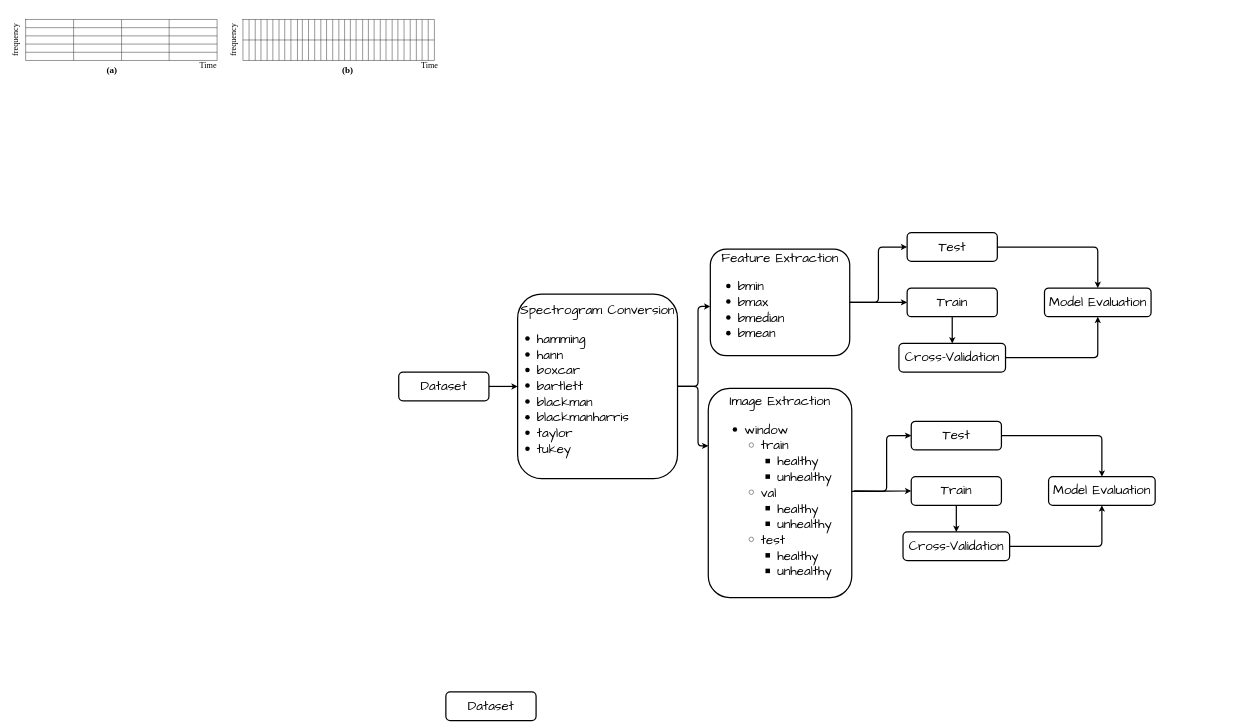
Earlier version of the draw.io diagram sxx-diagrams.drawio (albas99/Fourier-Transform). Source tidied: cells renumbered, new cells numbered last; positions are measured from the earlier drawing's top-left corner, leaving out a move shared by most shapes. Both pictures are drawn from the tidied source at 41%, with x=0, y=0 at pixel (-5, 7).
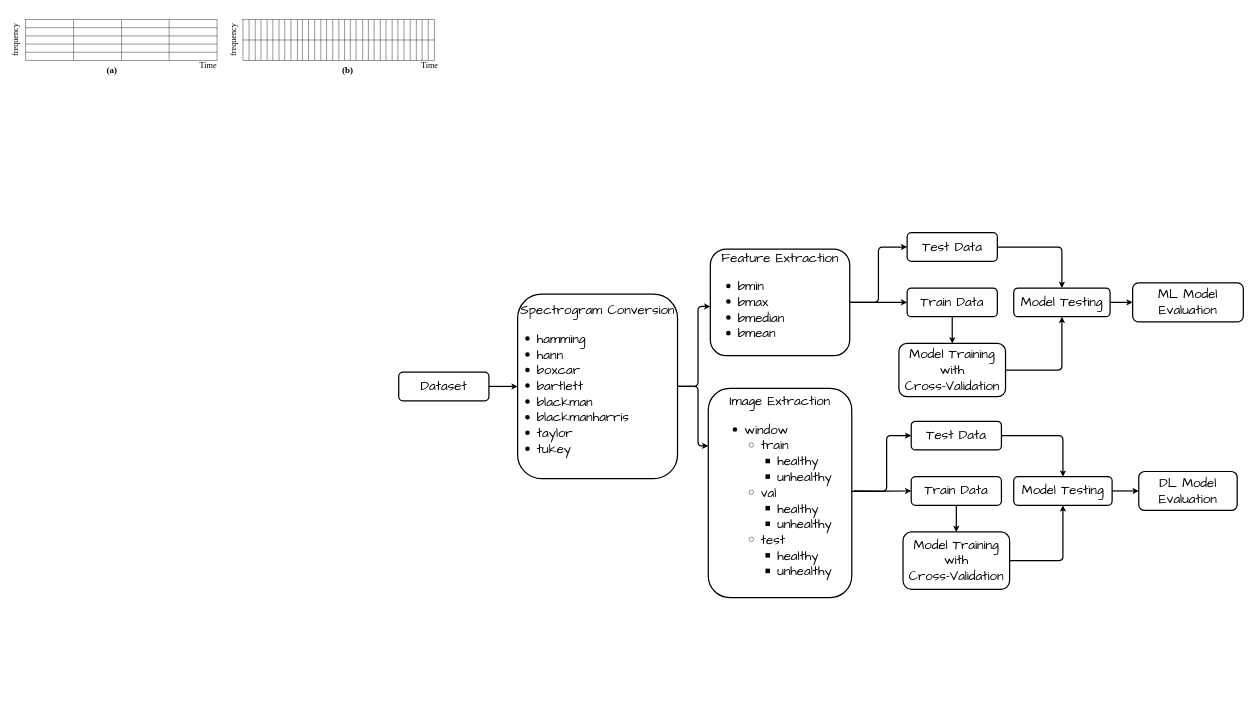
After the change.

Diff of the diagram source:
```diff
@@
-    <mxCell id="44" value="Train" style="rounded=1;whiteSpace=wrap;html=1;fontSize=32;fontFamily=Comic Sans MS;fillColor=none;strokeWidth=3;" parent="1" vertex="1">
+    <mxCell id="44" value="Train Data" style="rounded=1;whiteSpace=wrap;html=1;fontSize=32;fontFamily=Comic Sans MS;fillColor=none;strokeWidth=3;" parent="1" vertex="1">
       <mxGeometry x="2225" y="685" width="220" height="70" as="geometry" />
     </mxCell>
@@
-    <mxCell id="46" value="Test" style="rounded=1;whiteSpace=wrap;html=1;fontSize=32;fontFamily=Comic Sans MS;fillColor=none;strokeWidth=3;" parent="1" vertex="1">
+    <mxCell id="46" value="Test Data" style="rounded=1;whiteSpace=wrap;html=1;fontSize=32;fontFamily=Comic Sans MS;fillColor=none;strokeWidth=3;" parent="1" vertex="1">
       <mxGeometry x="2225" y="550" width="220" height="70" as="geometry" />
     </mxCell>
@@
-    <mxCell id="48" value="Cross-Validation" style="rounded=1;whiteSpace=wrap;html=1;fontSize=32;fontFamily=Comic Sans MS;fillColor=none;strokeWidth=3;" parent="1" vertex="1">
-      <mxGeometry x="2205" y="820" width="260" height="70" as="geometry" />
+    <mxCell id="48" value="Model Training with&lt;div&gt;Cross-Validation&lt;/div&gt;" style="rounded=1;whiteSpace=wrap;html=1;fontSize=32;fontFamily=Comic Sans MS;fillColor=none;strokeWidth=3;" parent="1" vertex="1">
+      <mxGeometry x="2205" y="820" width="260" height="130" as="geometry" />
     </mxCell>
+    <mxCell id="133" style="edgeStyle=orthogonalEdgeStyle;rounded=0;jettySize=auto;html=1;strokeWidth=3;" parent="1" edge="1" source="49" target="135">
+      <mxGeometry relative="1" as="geometry" />
+    </mxCell>
-    <mxCell id="49" value="Model Evaluation" style="rounded=1;whiteSpace=wrap;html=1;fontSize=32;fontFamily=Comic Sans MS;fillColor=none;strokeWidth=3;" parent="1" vertex="1">
-      <mxGeometry x="2560" y="685" width="260" height="70" as="geometry" />
+    <mxCell id="49" value="Model Testing" style="rounded=1;whiteSpace=wrap;html=1;fontSize=32;fontFamily=Comic Sans MS;fillColor=none;strokeWidth=3;" parent="1" vertex="1">
+      <mxGeometry x="2485" y="685" width="235" height="70" as="geometry" />
     </mxCell>
@@
-    <mxCell id="53" value="Train" style="rounded=1;whiteSpace=wrap;html=1;fontSize=32;fontFamily=Comic Sans MS;fillColor=none;strokeWidth=3;" parent="1" vertex="1">
+    <mxCell id="53" value="Train Data" style="rounded=1;whiteSpace=wrap;html=1;fontSize=32;fontFamily=Comic Sans MS;fillColor=none;strokeWidth=3;" parent="1" vertex="1">
       <mxGeometry x="2235" y="1145" width="220" height="70" as="geometry" />
     </mxCell>
@@
-    <mxCell id="55" value="Test" style="rounded=1;whiteSpace=wrap;html=1;fontSize=32;fontFamily=Comic Sans MS;fillColor=none;strokeWidth=3;" parent="1" vertex="1">
+    <mxCell id="55" value="Test Data" style="rounded=1;whiteSpace=wrap;html=1;fontSize=32;fontFamily=Comic Sans MS;fillColor=none;strokeWidth=3;" parent="1" vertex="1">
       <mxGeometry x="2235" y="1010" width="220" height="70" as="geometry" />
     </mxCell>
@@
-    <mxCell id="57" value="Cross-Validation" style="rounded=1;whiteSpace=wrap;html=1;fontSize=32;fontFamily=Comic Sans MS;fillColor=none;strokeWidth=3;" parent="1" vertex="1">
-      <mxGeometry x="2215" y="1280" width="260" height="70" as="geometry" />
+    <mxCell id="57" value="Model Training with&lt;div&gt;Cross-Validation&lt;/div&gt;" style="rounded=1;whiteSpace=wrap;html=1;fontSize=32;fontFamily=Comic Sans MS;fillColor=none;strokeWidth=3;" parent="1" vertex="1">
+      <mxGeometry x="2215" y="1280" width="260" height="140" as="geometry" />
     </mxCell>
+    <mxCell id="134" style="edgeStyle=orthogonalEdgeStyle;rounded=0;jettySize=auto;html=1;strokeWidth=3;" parent="1" edge="1" source="58" target="136">
+      <mxGeometry relative="1" as="geometry" />
+    </mxCell>
-    <mxCell id="58" value="Model Evaluation" style="rounded=1;whiteSpace=wrap;html=1;fontSize=32;fontFamily=Comic Sans MS;fillColor=none;strokeWidth=3;" parent="1" vertex="1">
-      <mxGeometry x="2570" y="1145" width="260" height="70" as="geometry" />
+    <mxCell id="58" value="Model Testing" style="rounded=1;whiteSpace=wrap;html=1;fontSize=32;fontFamily=Comic Sans MS;fillColor=none;strokeWidth=3;" parent="1" vertex="1">
+      <mxGeometry x="2485" y="1145" width="240" height="70" as="geometry" />
     </mxCell>
-    <mxCell id="59" value="Dataset" style="rounded=1;whiteSpace=wrap;html=1;fontSize=32;fontFamily=Comic Sans MS;fillColor=none;strokeWidth=3;" parent="1" vertex="1">
-      <mxGeometry x="1100" y="1670" width="220" height="70" as="geometry" />
-    </mxCell>
@@
+    <mxCell id="135" value="ML Model Evaluation" style="rounded=1;whiteSpace=wrap;html=1;fontSize=32;fontFamily=Comic Sans MS;fillColor=none;strokeWidth=3;" parent="1" vertex="1">
+      <mxGeometry x="2775" y="672.5" width="270" height="95" as="geometry" />
+    </mxCell>
+    <mxCell id="136" value="DL Model Evaluation" style="rounded=1;whiteSpace=wrap;html=1;fontSize=32;fontFamily=Comic Sans MS;fillColor=none;strokeWidth=3;" parent="1" vertex="1">
+      <mxGeometry x="2790" y="1132.5" width="240" height="95" as="geometry" />
+    </mxCell>
```
